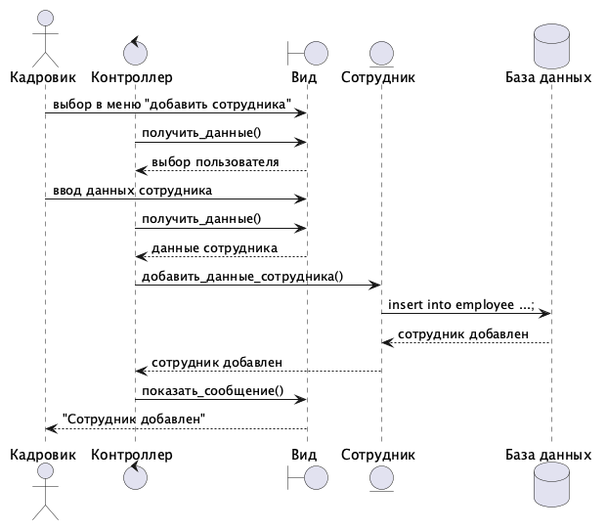
Earlier version of the PlantUML export 1 семестр/lab05-sequence/src/seq-03-add.png (olegstiv/kravchuk.o). Source of this version:
```plantuml
@startuml
actor       Кадровик as U
control     Контроллер
boundary    Вид
entity      Сотрудник
database    "База данных"

U -> Вид : выбор в меню "добавить сотрудника"
Контроллер -> Вид : получить_данные()
return выбор пользователя
U -> Вид : ввод данных сотрудника
Контроллер -> Вид : получить_данные()
return данные сотрудника
Контроллер -> Сотрудник : добавить_данные_сотрудника()
Сотрудник -> "База данных" : insert into employee ...;
return сотрудник добавлен
Контроллер <-- Сотрудник : сотрудник добавлен
Контроллер -> Вид : показать_сообщение()
U <-- Вид : "Сотрудник добавлен"
@enduml
```
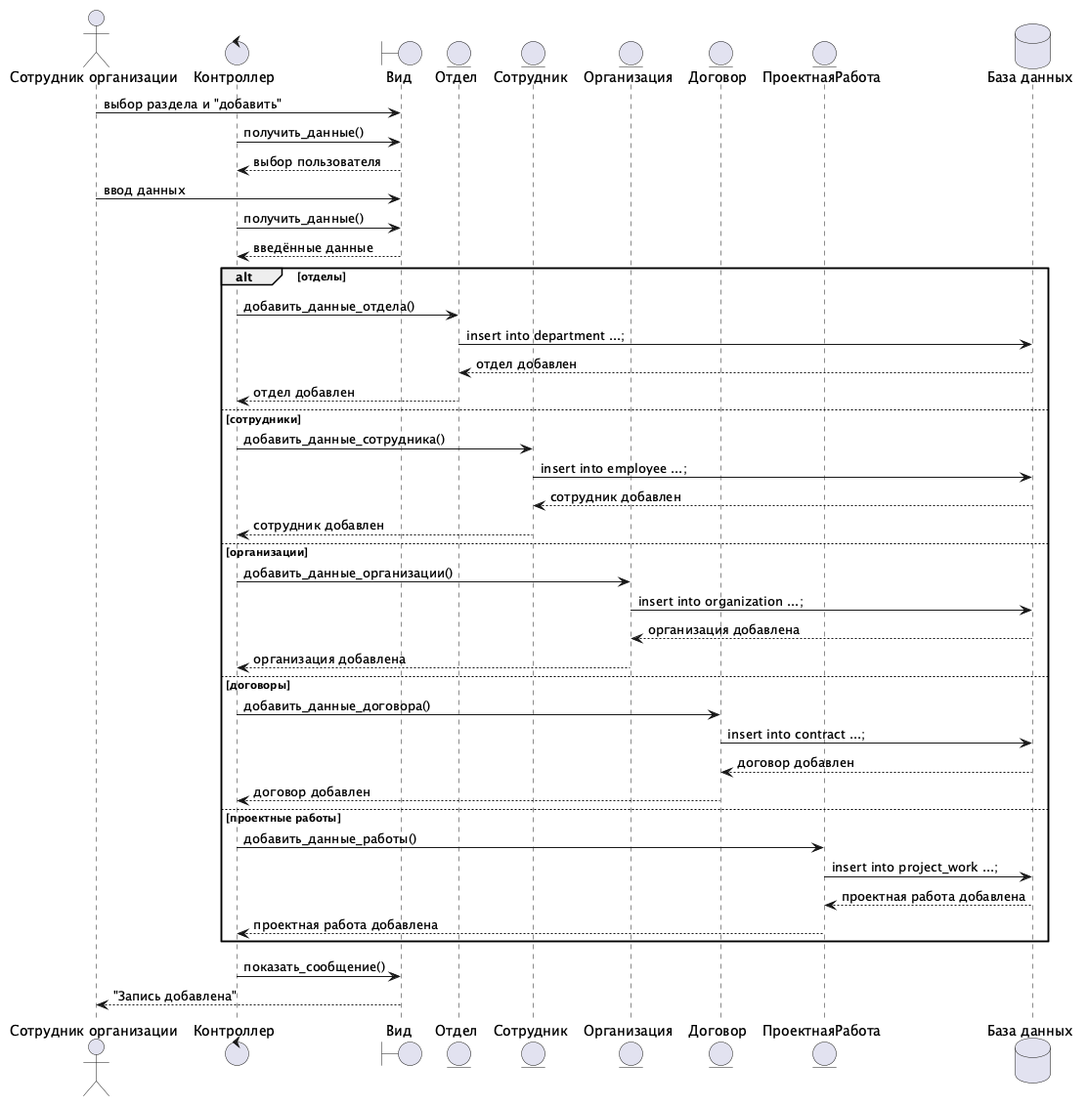
Above is the later version.

Diff of the diagram source:
```diff
@@ -1,20 +1,46 @@
 @startuml
-actor       Кадровик as U
+actor       "Сотрудник организации" as U
 control     Контроллер
 boundary    Вид
+entity      Отдел
 entity      Сотрудник
+entity      Организация
+entity      Договор
+entity      ПроектнаяРабота
 database    "База данных"
 
-U -> Вид : выбор в меню "добавить сотрудника"
+U -> Вид : выбор раздела и "добавить"
 Контроллер -> Вид : получить_данные()
 return выбор пользователя
-U -> Вид : ввод данных сотрудника
+U -> Вид : ввод данных
 Контроллер -> Вид : получить_данные()
-return данные сотрудника
-Контроллер -> Сотрудник : добавить_данные_сотрудника()
-Сотрудник -> "База данных" : insert into employee ...;
-return сотрудник добавлен
-Контроллер <-- Сотрудник : сотрудник добавлен
+return введённые данные
+alt отделы
+  Контроллер -> Отдел : добавить_данные_отдела()
+  Отдел -> "База данных" : insert into department ...;
+  return отдел добавлен
+  Контроллер <-- Отдел : отдел добавлен
+else сотрудники
+  Контроллер -> Сотрудник : добавить_данные_сотрудника()
+  Сотрудник -> "База данных" : insert into employee ...;
+  return сотрудник добавлен
+  Контроллер <-- Сотрудник : сотрудник добавлен
+else организации
+  Контроллер -> Организация : добавить_данные_организации()
+  Организация -> "База данных" : insert into organization ...;
+  return организация добавлена
+  Контроллер <-- Организация : организация добавлена
+else договоры
+  Контроллер -> Договор : добавить_данные_договора()
+  Договор -> "База данных" : insert into contract ...;
+  return договор добавлен
+  Контроллер <-- Договор : договор добавлен
+else проектные работы
+  Контроллер -> ПроектнаяРабота : добавить_данные_работы()
+  ПроектнаяРабота -> "База данных" : insert into project_work ...;
+  return проектная работа добавлена
+  Контроллер <-- ПроектнаяРабота : проектная работа добавлена
+end
 Контроллер -> Вид : показать_сообщение()
-U <-- Вид : "Сотрудник добавлен"
+U <-- Вид : "Запись добавлена"
 @enduml
```
